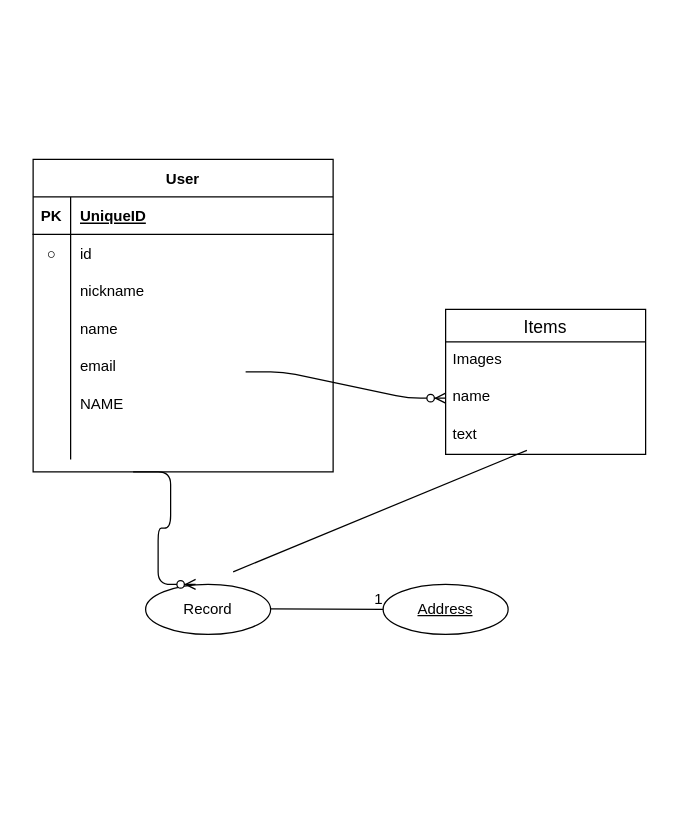
The draw.io diagram test.dio in ShotaroW/furima--28617-, before the edit. Source tidied: cells renumbered, new cells numbered last; positions are measured from the earlier drawing's top-left corner, leaving out a move shared by most shapes. Both pictures are drawn from the tidied source at 125%, with x=0, y=0 at pixel (32, 159).
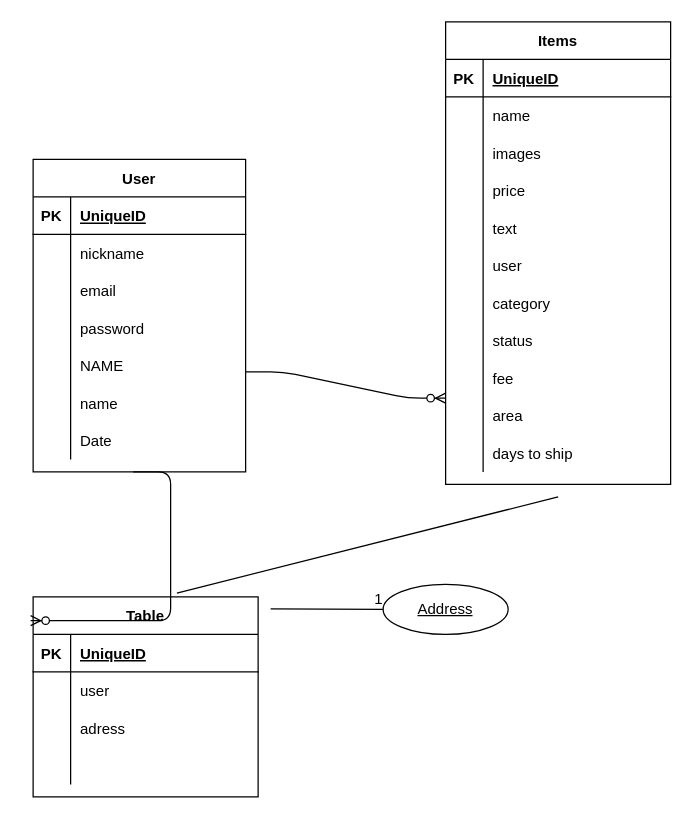
Above is the later version.

Diff of the diagram source:
```diff
@@
-    <mxCell id="2" value="Record" style="ellipse;whiteSpace=wrap;html=1;align=center;" parent="1" vertex="1">
-      <mxGeometry x="90" y="340" width="100" height="40" as="geometry" />
-    </mxCell>
@@
-    <mxCell id="7" style="edgeStyle=entityRelationEdgeStyle;fontSize=12;html=1;endArrow=ERzeroToMany;endFill=1;" parent="1" edge="1">
-      <mxGeometry relative="1" as="geometry">
-        <mxPoint x="80" y="250" as="sourcePoint" />
-        <mxPoint x="130" y="340" as="targetPoint" />
-      </mxGeometry>
-    </mxCell>
-    <mxCell id="8" style="endArrow=none;html=1;rounded=0;entryX=0.469;entryY=1.056;entryDx=0;entryDy=0;entryPerimeter=0;" parent="1" edge="1">
+    <mxCell id="8" style="endArrow=none;html=1;rounded=0;exitX=0.639;exitY=-0.019;exitDx=0;exitDy=0;exitPerimeter=0;" parent="1" edge="1" source="66">
       <mxGeometry relative="1" as="geometry">
-        <mxPoint x="160" y="330" as="sourcePoint" />
-        <mxPoint x="395" y="232.8" as="targetPoint" />
+        <mxPoint x="420" y="270" as="targetPoint" />
       </mxGeometry>
     </mxCell>
-    <mxCell id="9" value="Items" style="swimlane;fontStyle=0;horizontal=1;startSize=26;align=center;fontSize=14;" parent="1" vertex="1">
-      <mxGeometry x="330" y="120" width="160" height="116" as="geometry" />
-    </mxCell>
-    <mxCell id="10" value="Images" style="text;strokeColor=none;fillColor=none;spacingLeft=4;spacingRight=4;overflow=hidden;fontSize=12;" parent="9" vertex="1">
-      <mxGeometry y="26" width="160" height="30" as="geometry" />
-    </mxCell>
-    <mxCell id="11" value="name" style="text;strokeColor=none;fillColor=none;spacingLeft=4;spacingRight=4;overflow=hidden;fontSize=12;" parent="9" vertex="1">
-      <mxGeometry y="56" width="160" height="30" as="geometry" />
-    </mxCell>
-    <mxCell id="12" value="text" style="text;strokeColor=none;fillColor=none;spacingLeft=4;spacingRight=4;overflow=hidden;fontSize=12;" parent="9" vertex="1">
-      <mxGeometry y="86" width="160" height="30" as="geometry" />
-    </mxCell>
     <mxCell id="13" value="User" style="shape=table;startSize=30;childLayout=tableLayout;rowLines=0;fontStyle=1;align=center;" parent="1" vertex="1">
-      <mxGeometry width="240" height="250" as="geometry" />
+      <mxGeometry width="170" height="250" as="geometry" />
     </mxCell>
     <mxCell id="14" style="shape=partialRectangle;fillColor=none;top=0;left=0;bottom=1;right=0;" parent="13" vertex="1">
-      <mxGeometry y="30" width="240" height="30" as="geometry" />
+      <mxGeometry y="30" width="170" height="30" as="geometry" />
     </mxCell>
@@
     <mxCell id="16" value="UniqueID" style="shape=partialRectangle;fillColor=none;top=0;left=0;bottom=0;right=0;align=left;spacingLeft=6;fontStyle=5;overflow=hidden;" parent="14" vertex="1">
-      <mxGeometry x="30" width="210" height="30" as="geometry" />
+      <mxGeometry x="30" width="140" height="30" as="geometry" />
     </mxCell>
     <mxCell id="17" style="shape=partialRectangle;fillColor=none;top=0;left=0;bottom=0;right=0;" parent="13" vertex="1">
-      <mxGeometry y="60" width="240" height="30" as="geometry" />
+      <mxGeometry y="60" width="170" height="30" as="geometry" />
     </mxCell>
-    <mxCell id="18" value="○" style="shape=partialRectangle;fillColor=none;top=0;left=0;bottom=0;right=0;overflow=hidden;" parent="17" vertex="1">
+    <mxCell id="18" style="shape=partialRectangle;fillColor=none;top=0;left=0;bottom=0;right=0;overflow=hidden;" parent="17" vertex="1">
       <mxGeometry width="30" height="30" as="geometry" />
     </mxCell>
-    <mxCell id="19" value="id" style="shape=partialRectangle;fillColor=none;top=0;left=0;bottom=0;right=0;align=left;spacingLeft=6;overflow=hidden;" parent="17" vertex="1">
-      <mxGeometry x="30" width="210" height="30" as="geometry" />
+    <mxCell id="19" value="nickname" style="shape=partialRectangle;fillColor=none;top=0;left=0;bottom=0;right=0;align=left;spacingLeft=6;overflow=hidden;" parent="17" vertex="1">
+      <mxGeometry x="30" width="140" height="30" as="geometry" />
     </mxCell>
     <mxCell id="20" style="shape=partialRectangle;fillColor=none;top=0;left=0;bottom=0;right=0;" parent="13" vertex="1">
-      <mxGeometry y="90" width="240" height="30" as="geometry" />
+      <mxGeometry y="90" width="170" height="30" as="geometry" />
     </mxCell>
@@
-    <mxCell id="22" value="nickname" style="shape=partialRectangle;fillColor=none;top=0;left=0;bottom=0;right=0;align=left;spacingLeft=6;overflow=hidden;" parent="20" vertex="1">
-      <mxGeometry x="30" width="210" height="30" as="geometry" />
+    <mxCell id="22" value="email" style="shape=partialRectangle;fillColor=none;top=0;left=0;bottom=0;right=0;align=left;spacingLeft=6;overflow=hidden;" parent="20" vertex="1">
+      <mxGeometry x="30" width="140" height="30" as="geometry" />
     </mxCell>
     <mxCell id="23" style="shape=partialRectangle;fillColor=none;top=0;left=0;bottom=0;right=0;" parent="13" vertex="1">
-      <mxGeometry y="120" width="240" height="30" as="geometry" />
+      <mxGeometry y="120" width="170" height="30" as="geometry" />
     </mxCell>
@@
-    <mxCell id="25" value="name" style="shape=partialRectangle;fillColor=none;top=0;left=0;bottom=0;right=0;align=left;spacingLeft=6;overflow=hidden;" parent="23" vertex="1">
-      <mxGeometry x="30" width="210" height="30" as="geometry" />
+    <mxCell id="25" value="password" style="shape=partialRectangle;fillColor=none;top=0;left=0;bottom=0;right=0;align=left;spacingLeft=6;overflow=hidden;" parent="23" vertex="1">
+      <mxGeometry x="30" width="140" height="30" as="geometry" />
     </mxCell>
     <mxCell id="26" style="shape=partialRectangle;fillColor=none;top=0;left=0;bottom=0;right=0;" parent="13" vertex="1">
-      <mxGeometry y="150" width="240" height="30" as="geometry" />
+      <mxGeometry y="150" width="170" height="30" as="geometry" />
     </mxCell>
@@
-    <mxCell id="28" value="email" style="shape=partialRectangle;fillColor=none;top=0;left=0;bottom=0;right=0;align=left;spacingLeft=6;overflow=hidden;" parent="26" vertex="1">
-      <mxGeometry x="30" width="210" height="30" as="geometry" />
+    <mxCell id="28" value="NAME" style="shape=partialRectangle;fillColor=none;top=0;left=0;bottom=0;right=0;align=left;spacingLeft=6;overflow=hidden;" parent="26" vertex="1">
+      <mxGeometry x="30" width="140" height="30" as="geometry" />
     </mxCell>
     <mxCell id="29" style="shape=partialRectangle;fillColor=none;top=0;left=0;bottom=0;right=0;" parent="13" vertex="1">
-      <mxGeometry y="180" width="240" height="30" as="geometry" />
+      <mxGeometry y="180" width="170" height="30" as="geometry" />
     </mxCell>
@@
-    <mxCell id="31" value="NAME" style="shape=partialRectangle;fillColor=none;top=0;left=0;bottom=0;right=0;align=left;spacingLeft=6;overflow=hidden;" parent="29" vertex="1">
-      <mxGeometry x="30" width="210" height="30" as="geometry" />
+    <mxCell id="31" value="name" style="shape=partialRectangle;fillColor=none;top=0;left=0;bottom=0;right=0;align=left;spacingLeft=6;overflow=hidden;" parent="29" vertex="1">
+      <mxGeometry x="30" width="140" height="30" as="geometry" />
     </mxCell>
     <mxCell id="32" style="shape=partialRectangle;fillColor=none;top=0;left=0;bottom=0;right=0;" parent="13" vertex="1">
-      <mxGeometry y="210" width="240" height="30" as="geometry" />
+      <mxGeometry y="210" width="170" height="30" as="geometry" />
     </mxCell>
@@
-    <mxCell id="34" style="shape=partialRectangle;fillColor=none;top=0;left=0;bottom=0;right=0;align=left;spacingLeft=6;overflow=hidden;" parent="32" vertex="1">
-      <mxGeometry x="30" width="210" height="30" as="geometry" />
+    <mxCell id="34" value="Date" style="shape=partialRectangle;fillColor=none;top=0;left=0;bottom=0;right=0;align=left;spacingLeft=6;overflow=hidden;" parent="32" vertex="1">
+      <mxGeometry x="30" width="140" height="30" as="geometry" />
     </mxCell>
+    <mxCell id="9" value="Items" style="shape=table;startSize=30;childLayout=tableLayout;rowLines=0;fontStyle=1;align=center;" parent="1" vertex="1">
+      <mxGeometry x="330" y="-110" width="180" height="370" as="geometry" />
+    </mxCell>
+    <mxCell id="35" style="shape=partialRectangle;fillColor=none;top=0;left=0;bottom=1;right=0;" parent="9" vertex="1">
+      <mxGeometry y="30" width="180" height="30" as="geometry" />
+    </mxCell>
+    <mxCell id="36" value="PK" style="shape=partialRectangle;fillColor=none;top=0;left=0;bottom=0;right=0;fontStyle=1;overflow=hidden;" parent="35" vertex="1">
+      <mxGeometry width="30" height="30" as="geometry" />
+    </mxCell>
+    <mxCell id="37" value="UniqueID" style="shape=partialRectangle;fillColor=none;top=0;left=0;bottom=0;right=0;align=left;spacingLeft=6;fontStyle=5;overflow=hidden;" parent="35" vertex="1">
+      <mxGeometry x="30" width="150" height="30" as="geometry" />
+    </mxCell>
+    <mxCell id="38" style="shape=partialRectangle;fillColor=none;top=0;left=0;bottom=0;right=0;" parent="9" vertex="1">
+      <mxGeometry y="60" width="180" height="30" as="geometry" />
+    </mxCell>
+    <mxCell id="39" style="shape=partialRectangle;fillColor=none;top=0;left=0;bottom=0;right=0;overflow=hidden;" parent="38" vertex="1">
+      <mxGeometry width="30" height="30" as="geometry" />
+    </mxCell>
+    <mxCell id="11" value="name" style="shape=partialRectangle;fillColor=none;top=0;left=0;bottom=0;right=0;align=left;spacingLeft=6;overflow=hidden;" parent="38" vertex="1">
+      <mxGeometry x="30" width="150" height="30" as="geometry" />
+    </mxCell>
+    <mxCell id="40" style="shape=partialRectangle;fillColor=none;top=0;left=0;bottom=0;right=0;" parent="9" vertex="1">
+      <mxGeometry y="90" width="180" height="30" as="geometry" />
+    </mxCell>
+    <mxCell id="41" style="shape=partialRectangle;fillColor=none;top=0;left=0;bottom=0;right=0;overflow=hidden;" parent="40" vertex="1">
+      <mxGeometry width="30" height="30" as="geometry" />
+    </mxCell>
+    <mxCell id="42" value="images" style="shape=partialRectangle;fillColor=none;top=0;left=0;bottom=0;right=0;align=left;spacingLeft=6;overflow=hidden;" parent="40" vertex="1">
+      <mxGeometry x="30" width="150" height="30" as="geometry" />
+    </mxCell>
+    <mxCell id="43" style="shape=partialRectangle;fillColor=none;top=0;left=0;bottom=0;right=0;" parent="9" vertex="1">
+      <mxGeometry y="120" width="180" height="30" as="geometry" />
+    </mxCell>
+    <mxCell id="44" style="shape=partialRectangle;fillColor=none;top=0;left=0;bottom=0;right=0;overflow=hidden;" parent="43" vertex="1">
+      <mxGeometry width="30" height="30" as="geometry" />
+    </mxCell>
+    <mxCell id="45" value="price" style="shape=partialRectangle;fillColor=none;top=0;left=0;bottom=0;right=0;align=left;spacingLeft=6;overflow=hidden;" parent="43" vertex="1">
+      <mxGeometry x="30" width="150" height="30" as="geometry" />
+    </mxCell>
+    <mxCell id="46" style="shape=partialRectangle;fillColor=none;top=0;left=0;bottom=0;right=0;" parent="9" vertex="1">
+      <mxGeometry y="150" width="180" height="30" as="geometry" />
+    </mxCell>
+    <mxCell id="47" style="shape=partialRectangle;fillColor=none;top=0;left=0;bottom=0;right=0;overflow=hidden;" parent="46" vertex="1">
+      <mxGeometry width="30" height="30" as="geometry" />
+    </mxCell>
+    <mxCell id="12" value="text" style="shape=partialRectangle;fillColor=none;top=0;left=0;bottom=0;right=0;align=left;spacingLeft=6;overflow=hidden;" parent="46" vertex="1">
+      <mxGeometry x="30" width="150" height="30" as="geometry" />
+    </mxCell>
+    <mxCell id="48" style="shape=partialRectangle;fillColor=none;top=0;left=0;bottom=0;right=0;" parent="9" vertex="1">
+      <mxGeometry y="180" width="180" height="30" as="geometry" />
+    </mxCell>
+    <mxCell id="49" style="shape=partialRectangle;fillColor=none;top=0;left=0;bottom=0;right=0;overflow=hidden;" parent="48" vertex="1">
+      <mxGeometry width="30" height="30" as="geometry" />
+    </mxCell>
+    <mxCell id="50" value="user" style="shape=partialRectangle;fillColor=none;top=0;left=0;bottom=0;right=0;align=left;spacingLeft=6;overflow=hidden;" parent="48" vertex="1">
+      <mxGeometry x="30" width="150" height="30" as="geometry" />
+    </mxCell>
+    <mxCell id="51" style="shape=partialRectangle;fillColor=none;top=0;left=0;bottom=0;right=0;" parent="9" vertex="1">
+      <mxGeometry y="210" width="180" height="30" as="geometry" />
+    </mxCell>
+    <mxCell id="52" style="shape=partialRectangle;fillColor=none;top=0;left=0;bottom=0;right=0;overflow=hidden;" parent="51" vertex="1">
+      <mxGeometry width="30" height="30" as="geometry" />
+    </mxCell>
+    <mxCell id="53" value="category" style="shape=partialRectangle;fillColor=none;top=0;left=0;bottom=0;right=0;align=left;spacingLeft=6;overflow=hidden;" parent="51" vertex="1">
+      <mxGeometry x="30" width="150" height="30" as="geometry" />
+    </mxCell>
+    <mxCell id="54" style="shape=partialRectangle;fillColor=none;top=0;left=0;bottom=0;right=0;" parent="9" vertex="1">
+      <mxGeometry y="240" width="180" height="30" as="geometry" />
+    </mxCell>
+    <mxCell id="55" style="shape=partialRectangle;fillColor=none;top=0;left=0;bottom=0;right=0;overflow=hidden;" parent="54" vertex="1">
+      <mxGeometry width="30" height="30" as="geometry" />
+    </mxCell>
+    <mxCell id="56" value="status" style="shape=partialRectangle;fillColor=none;top=0;left=0;bottom=0;right=0;align=left;spacingLeft=6;overflow=hidden;" parent="54" vertex="1">
+      <mxGeometry x="30" width="150" height="30" as="geometry" />
+    </mxCell>
+    <mxCell id="57" style="shape=partialRectangle;fillColor=none;top=0;left=0;bottom=0;right=0;" parent="9" vertex="1">
+      <mxGeometry y="270" width="180" height="30" as="geometry" />
+    </mxCell>
+    <mxCell id="58" style="shape=partialRectangle;fillColor=none;top=0;left=0;bottom=0;right=0;overflow=hidden;" parent="57" vertex="1">
+      <mxGeometry width="30" height="30" as="geometry" />
+    </mxCell>
+    <mxCell id="59" value="fee" style="shape=partialRectangle;fillColor=none;top=0;left=0;bottom=0;right=0;align=left;spacingLeft=6;overflow=hidden;" parent="57" vertex="1">
+      <mxGeometry x="30" width="150" height="30" as="geometry" />
+    </mxCell>
+    <mxCell id="60" style="shape=partialRectangle;fillColor=none;top=0;left=0;bottom=0;right=0;" parent="9" vertex="1">
+      <mxGeometry y="300" width="180" height="30" as="geometry" />
+    </mxCell>
+    <mxCell id="61" style="shape=partialRectangle;fillColor=none;top=0;left=0;bottom=0;right=0;overflow=hidden;" parent="60" vertex="1">
+      <mxGeometry width="30" height="30" as="geometry" />
+    </mxCell>
+    <mxCell id="62" value="area" style="shape=partialRectangle;fillColor=none;top=0;left=0;bottom=0;right=0;align=left;spacingLeft=6;overflow=hidden;" parent="60" vertex="1">
+      <mxGeometry x="30" width="150" height="30" as="geometry" />
+    </mxCell>
+    <mxCell id="63" style="shape=partialRectangle;fillColor=none;top=0;left=0;bottom=0;right=0;" parent="9" vertex="1">
+      <mxGeometry y="330" width="180" height="30" as="geometry" />
+    </mxCell>
+    <mxCell id="64" style="shape=partialRectangle;fillColor=none;top=0;left=0;bottom=0;right=0;overflow=hidden;" parent="63" vertex="1">
+      <mxGeometry width="30" height="30" as="geometry" />
+    </mxCell>
+    <mxCell id="65" value="days to ship" style="shape=partialRectangle;fillColor=none;top=0;left=0;bottom=0;right=0;align=left;spacingLeft=6;overflow=hidden;" parent="63" vertex="1">
+      <mxGeometry x="30" width="150" height="30" as="geometry" />
+    </mxCell>
+    <mxCell id="66" value="Table" style="shape=table;startSize=30;childLayout=tableLayout;rowLines=0;fontStyle=1;align=center;" parent="1" vertex="1">
+      <mxGeometry y="350" width="180" height="160" as="geometry" />
+    </mxCell>
+    <mxCell id="67" style="shape=partialRectangle;fillColor=none;top=0;left=0;bottom=1;right=0;" parent="66" vertex="1">
+      <mxGeometry y="30" width="180" height="30" as="geometry" />
+    </mxCell>
+    <mxCell id="68" value="PK" style="shape=partialRectangle;fillColor=none;top=0;left=0;bottom=0;right=0;fontStyle=1;overflow=hidden;" parent="67" vertex="1">
+      <mxGeometry width="30" height="30" as="geometry" />
+    </mxCell>
+    <mxCell id="69" value="UniqueID" style="shape=partialRectangle;fillColor=none;top=0;left=0;bottom=0;right=0;align=left;spacingLeft=6;fontStyle=5;overflow=hidden;" parent="67" vertex="1">
+      <mxGeometry x="30" width="150" height="30" as="geometry" />
+    </mxCell>
+    <mxCell id="70" style="shape=partialRectangle;fillColor=none;top=0;left=0;bottom=0;right=0;" parent="66" vertex="1">
+      <mxGeometry y="60" width="180" height="30" as="geometry" />
+    </mxCell>
+    <mxCell id="71" style="shape=partialRectangle;fillColor=none;top=0;left=0;bottom=0;right=0;overflow=hidden;" parent="70" vertex="1">
+      <mxGeometry width="30" height="30" as="geometry" />
+    </mxCell>
+    <mxCell id="72" value="user" style="shape=partialRectangle;fillColor=none;top=0;left=0;bottom=0;right=0;align=left;spacingLeft=6;overflow=hidden;" parent="70" vertex="1">
+      <mxGeometry x="30" width="150" height="30" as="geometry" />
+    </mxCell>
+    <mxCell id="73" style="shape=partialRectangle;fillColor=none;top=0;left=0;bottom=0;right=0;" parent="66" vertex="1">
+      <mxGeometry y="90" width="180" height="30" as="geometry" />
+    </mxCell>
+    <mxCell id="74" style="shape=partialRectangle;fillColor=none;top=0;left=0;bottom=0;right=0;overflow=hidden;" parent="73" vertex="1">
+      <mxGeometry width="30" height="30" as="geometry" />
+    </mxCell>
+    <mxCell id="75" value="adress" style="shape=partialRectangle;fillColor=none;top=0;left=0;bottom=0;right=0;align=left;spacingLeft=6;overflow=hidden;" parent="73" vertex="1">
+      <mxGeometry x="30" width="150" height="30" as="geometry" />
+    </mxCell>
+    <mxCell id="76" style="shape=partialRectangle;fillColor=none;top=0;left=0;bottom=0;right=0;" parent="66" vertex="1">
+      <mxGeometry y="120" width="180" height="30" as="geometry" />
+    </mxCell>
+    <mxCell id="77" style="shape=partialRectangle;fillColor=none;top=0;left=0;bottom=0;right=0;overflow=hidden;" parent="76" vertex="1">
+      <mxGeometry width="30" height="30" as="geometry" />
+    </mxCell>
+    <mxCell id="78" style="shape=partialRectangle;fillColor=none;top=0;left=0;bottom=0;right=0;align=left;spacingLeft=6;overflow=hidden;" parent="76" vertex="1">
+      <mxGeometry x="30" width="150" height="30" as="geometry" />
+    </mxCell>
+    <mxCell id="79" style="edgeStyle=entityRelationEdgeStyle;fontSize=12;html=1;endArrow=ERzeroToMany;endFill=1;entryX=-0.011;entryY=0.119;entryDx=0;entryDy=0;entryPerimeter=0;" parent="1" edge="1" target="66">
+      <mxGeometry relative="1" as="geometry">
+        <mxPoint x="80" y="250" as="sourcePoint" />
+      </mxGeometry>
+    </mxCell>
```
